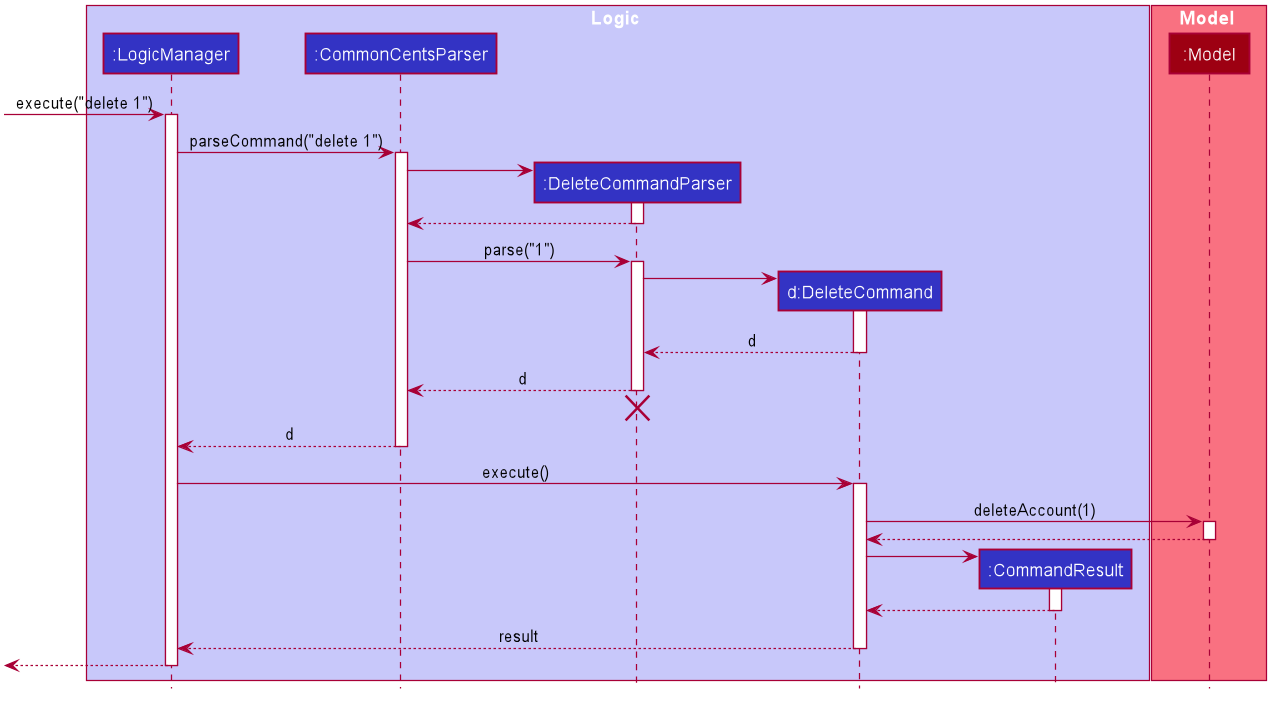
Before: docs/images/DeleteSequenceDiagram.png, a diagram exported from PlantUML (nus-cs2103-AY2021S1/tp).
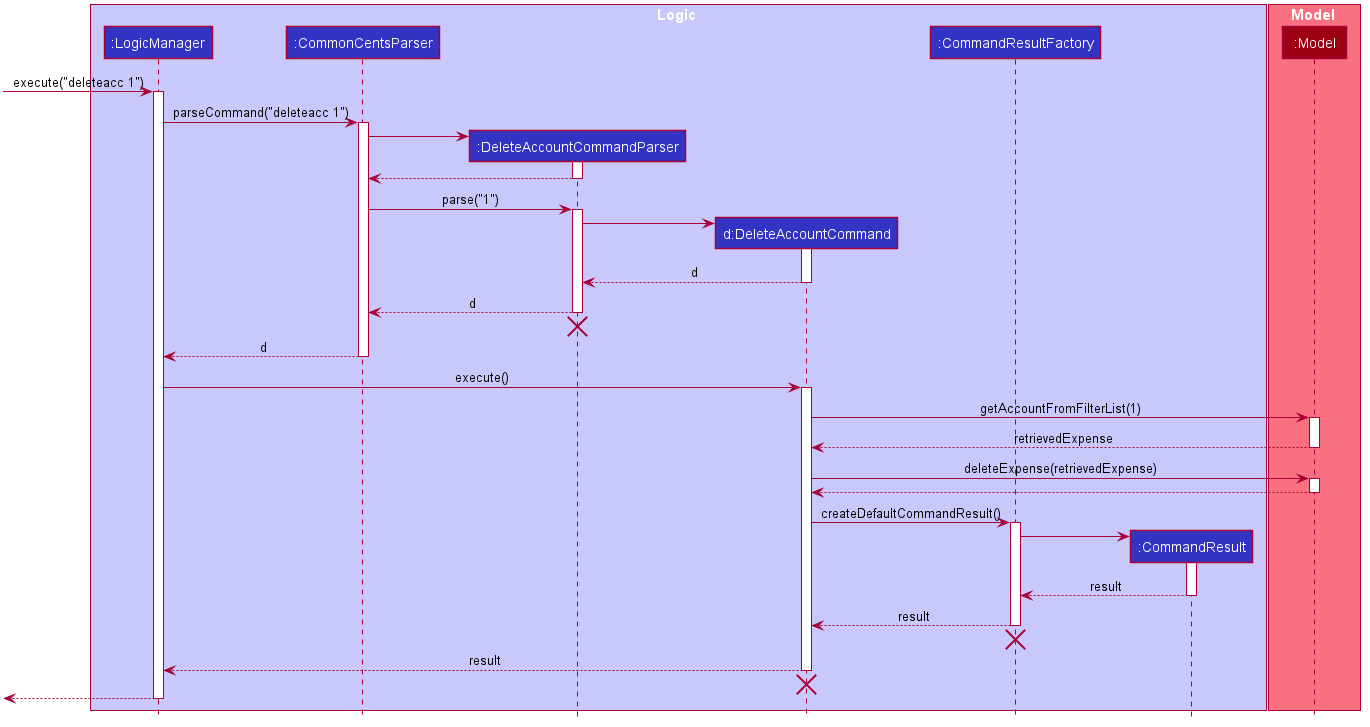
The same diagram one commit later.

Commit message:
Update Logc section of DG and diagram

The edit, as a diff of the source:
```diff
@@ -52,8 +52,9 @@
 box Logic #C8C8FA
 participant ":LogicManager" as LogicManager #3333C4
 participant ":CommonCentsParser" as CommonCentsParser #3333C4
-participant ":DeleteCommandParser" as DeleteCommandParser #3333C4
-participant "d:DeleteCommand" as DeleteCommand #3333C4
+participant ":DeleteAccountCommandParser" as DeleteAccountCommandParser #3333C4
+participant "d:DeleteAccountCommand" as DeleteAccountCommand #3333C4
+participant ":CommandResultFactory" as CommandResultFactory #3333C4
 participant ":CommandResult" as CommandResult #3333C4
 end box
 
@@ -61,55 +62,71 @@
 participant ":Model" as Model #9D0012
 end box
 
-[-> LogicManager : execute("delete 1")
+[-> LogicManager : execute("deleteacc 1")
 activate LogicManager
 
-LogicManager -> CommonCentsParser : parseCommand("delete 1")
+LogicManager -> CommonCentsParser : parseCommand("deleteacc 1")
 activate CommonCentsParser
 
-create DeleteCommandParser
-CommonCentsParser -> DeleteCommandParser
-activate DeleteCommandParser
+create DeleteAccountCommandParser
+CommonCentsParser -> DeleteAccountCommandParser
+activate DeleteAccountCommandParser
 
-DeleteCommandParser --> CommonCentsParser
-deactivate DeleteCommandParser
+DeleteAccountCommandParser --> CommonCentsParser
+deactivate DeleteAccountCommandParser
 
-CommonCentsParser -> DeleteCommandParser : parse("1")
-activate DeleteCommandParser
+CommonCentsParser -> DeleteAccountCommandParser : parse("1")
+activate DeleteAccountCommandParser
 
-create DeleteCommand
-DeleteCommandParser -> DeleteCommand
-activate DeleteCommand
+create DeleteAccountCommand
+DeleteAccountCommandParser -> DeleteAccountCommand
+activate DeleteAccountCommand
 
-DeleteCommand --> DeleteCommandParser : d
-deactivate DeleteCommand
+DeleteAccountCommand --> DeleteAccountCommandParser : d
+deactivate DeleteAccountCommand
 
-DeleteCommandParser --> CommonCentsParser : d
-deactivate DeleteCommandParser
-DeleteCommandParser -[hidden]-> CommonCentsParser
-destroy DeleteCommandParser
+DeleteAccountCommandParser --> CommonCentsParser : d
+deactivate DeleteAccountCommandParser
+DeleteAccountCommandParser -[hidden]-> CommonCentsParser
+destroy DeleteAccountCommandParser
 
 CommonCentsParser --> LogicManager : d
 deactivate CommonCentsParser
 
-LogicManager -> DeleteCommand : execute()
-activate DeleteCommand
+LogicManager -> DeleteAccountCommand : execute()
+activate DeleteAccountCommand
 
-DeleteCommand -> Model : deleteAccount(1)
+DeleteAccountCommand -> Model : getAccountFromFilterList(1)
 activate Model
 
-Model --> DeleteCommand
+Model --> DeleteAccountCommand : retrievedExpense
 deactivate Model
 
+DeleteAccountCommand -> Model : deleteExpense(retrievedExpense)
+activate Model
+
+Model --> DeleteAccountCommand
+deactivate Model
+
+DeleteAccountCommand -> CommandResultFactory : createDefaultCommandResult()
+activate CommandResultFactory
+
 create CommandResult
-DeleteCommand -> CommandResult
+CommandResultFactory -> CommandResult
 activate CommandResult
 
-CommandResult --> DeleteCommand
+CommandResult --> CommandResultFactory : result
 deactivate CommandResult
 
-DeleteCommand --> LogicManager : result
-deactivate DeleteCommand
+CommandResultFactory --> DeleteAccountCommand : result
+deactivate CommandResultFactory
+CommandResultFactory -[hidden]-> DeleteAccountCommand
+destroy CommandResultFactory
+
+DeleteAccountCommand --> LogicManager : result
+deactivate DeleteAccountCommand
+DeleteAccountCommand -[hidden]-> LogicManager
+destroy DeleteAccountCommand
 
 [<--LogicManager
 deactivate LogicManager
```
